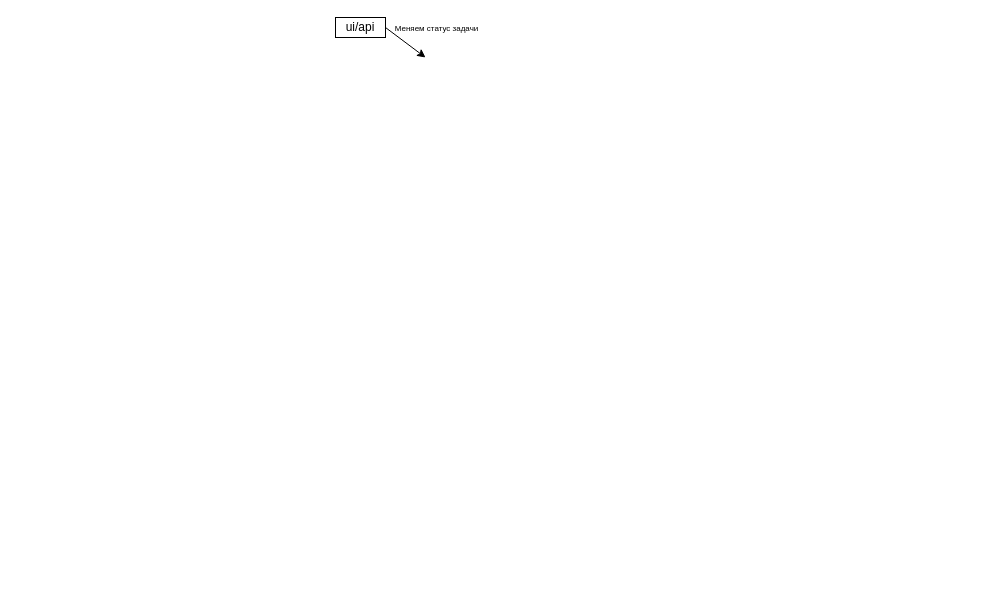
Before: data-flow.drawio in Wagonee/A2, a draw.io diagram. Source tidied: cells renumbered, new cells numbered last; positions are measured from the earlier drawing's top-left corner, leaving out a move shared by most shapes. Both pictures are drawn from the tidied source at 100%, with x=0, y=0 at pixel (335, 17).
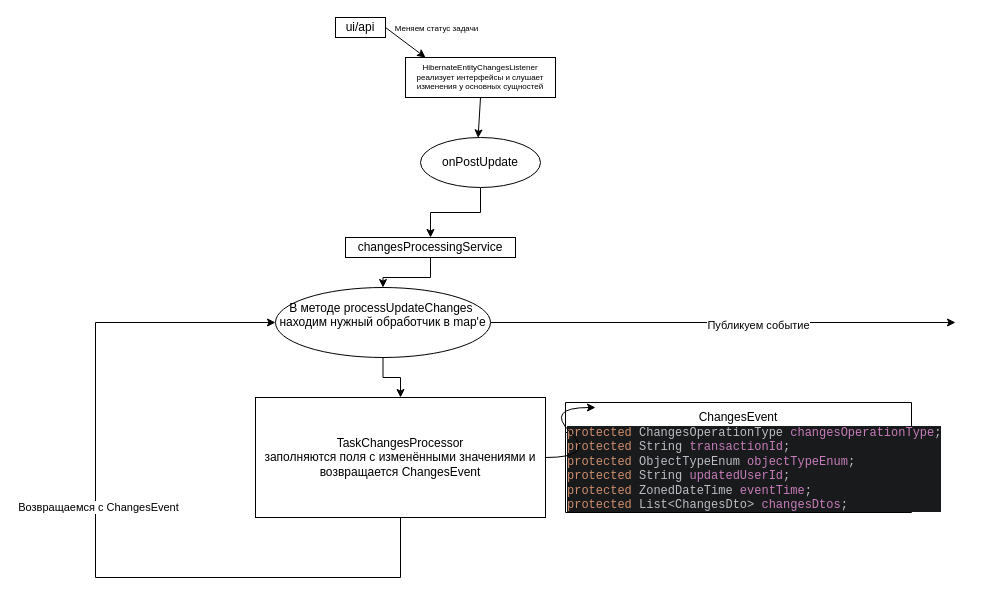
Above is the later version.

Change to the diagram source:
```diff
@@
+    <mxCell id="5" value="HibernateEntityChangesListener&lt;div&gt;реализует интерфейсы и слушает изменения у основных сущностей&lt;/div&gt;" style="rounded=0;whiteSpace=wrap;html=1;fontSize=8;" parent="1" vertex="1">
+      <mxGeometry x="70" y="40" width="150" height="40" as="geometry" />
+    </mxCell>
+    <mxCell id="6" style="endArrow=classic;html=1;rounded=0;exitX=0.5;exitY=1;exitDx=0;exitDy=0;entryX=0.48;entryY=0.007;entryDx=0;entryDy=0;entryPerimeter=0;" parent="1" edge="1" source="5" target="8">
+      <mxGeometry relative="1" as="geometry" />
+    </mxCell>
+    <mxCell id="7" style="edgeStyle=orthogonalEdgeStyle;rounded=0;jettySize=auto;html=1;entryX=0.5;entryY=0;entryDx=0;entryDy=0;" parent="1" edge="1" source="8" target="10">
+      <mxGeometry relative="1" as="geometry" />
+    </mxCell>
+    <mxCell id="8" value="onPostUpdate" style="ellipse;whiteSpace=wrap;html=1;" parent="1" vertex="1">
+      <mxGeometry x="85" y="120" width="120" height="50" as="geometry" />
+    </mxCell>
+    <mxCell id="9" style="edgeStyle=orthogonalEdgeStyle;rounded=0;jettySize=auto;html=1;" parent="1" edge="1" source="10" target="14">
+      <mxGeometry relative="1" as="geometry" />
+    </mxCell>
+    <mxCell id="10" value="changesProcessingService" style="rounded=0;whiteSpace=wrap;html=1;" parent="1" vertex="1">
+      <mxGeometry x="10" y="220" width="170" height="20" as="geometry" />
+    </mxCell>
+    <mxCell id="11" style="edgeStyle=orthogonalEdgeStyle;rounded=0;jettySize=auto;html=1;" parent="1" edge="1" source="14" target="17">
+      <mxGeometry relative="1" as="geometry" />
+    </mxCell>
+    <mxCell id="12" style="edgeStyle=orthogonalEdgeStyle;rounded=0;jettySize=auto;html=1;exitX=1;exitY=0.5;exitDx=0;exitDy=0;" parent="1" edge="1" source="14">
+      <mxGeometry relative="1" as="geometry">
+        <mxPoint x="620" y="305" as="targetPoint" />
+      </mxGeometry>
+    </mxCell>
+    <mxCell id="13" value="Публикуем событие" style="edgeLabel;html=1;align=center;verticalAlign=middle;" parent="12" vertex="1">
+      <mxGeometry x="0.15" y="-2" relative="1" as="geometry" />
+    </mxCell>
+    <mxCell id="14" value="В методе processUpdateChanges&amp;nbsp;&lt;div&gt;находим нужный обработчик в map'e&lt;/div&gt;&lt;div&gt;&lt;br&gt;&lt;/div&gt;" style="ellipse;whiteSpace=wrap;html=1;" parent="1" vertex="1">
+      <mxGeometry x="-60" y="270" width="215" height="70" as="geometry" />
+    </mxCell>
+    <mxCell id="15" style="edgeStyle=orthogonalEdgeStyle;rounded=0;jettySize=auto;html=1;exitX=0.5;exitY=1;exitDx=0;exitDy=0;entryX=0;entryY=0.5;entryDx=0;entryDy=0;" parent="1" edge="1" source="17" target="14">
+      <mxGeometry relative="1" as="geometry">
+        <Array as="points">
+          <mxPoint x="65" y="560" />
+          <mxPoint x="-240" y="560" />
+          <mxPoint x="-240" y="305" />
+        </Array>
+      </mxGeometry>
+    </mxCell>
+    <mxCell id="16" value="Возвращаемся с ChangesEvent" style="edgeLabel;html=1;align=center;verticalAlign=middle;" parent="15" vertex="1">
+      <mxGeometry x="0.09" y="-2" relative="1" as="geometry" />
+    </mxCell>
+    <mxCell id="17" value="TaskChangesProcessor&lt;div&gt;заполняются поля с изменёнными значениями и возвращается ChangesEvent&lt;/div&gt;" style="rounded=0;whiteSpace=wrap;html=1;" parent="1" vertex="1">
+      <mxGeometry x="-80" y="380" width="290" height="120" as="geometry" />
+    </mxCell>
+    <mxCell id="18" value="ChangesEvent" style="swimlane;fontStyle=0;horizontal=1;startSize=30;whiteSpace=wrap;html=1;" parent="1" vertex="1">
+      <mxGeometry x="230" y="385" width="346" height="110" as="geometry" />
+    </mxCell>
+    <mxCell id="19" value="&lt;div style=&quot;background-color:#191a1c;color:#bcbec4&quot;&gt;&lt;pre style=&quot;font-family:'JetBrains Mono',monospace;font-size:10,5pt;&quot;&gt;&lt;span style=&quot;color:#cf8e6d;&quot;&gt;protected &lt;/span&gt;ChangesOperationType &lt;span style=&quot;color:#c77dbb;&quot;&gt;changesOperationType&lt;/span&gt;;&lt;br&gt;&lt;span style=&quot;color:#cf8e6d;&quot;&gt;protected &lt;/span&gt;String &lt;span style=&quot;color:#c77dbb;&quot;&gt;transactionId&lt;/span&gt;;&lt;br&gt;&lt;span style=&quot;color:#cf8e6d;&quot;&gt;protected &lt;/span&gt;ObjectTypeEnum &lt;span style=&quot;color:#c77dbb;&quot;&gt;objectTypeEnum&lt;/span&gt;;&lt;br&gt;&lt;span style=&quot;color:#cf8e6d;&quot;&gt;protected &lt;/span&gt;String &lt;span style=&quot;color:#c77dbb;&quot;&gt;updatedUserId&lt;/span&gt;;&lt;br&gt;&lt;span style=&quot;color:#cf8e6d;&quot;&gt;protected &lt;/span&gt;ZonedDateTime &lt;span style=&quot;color:#c77dbb;&quot;&gt;eventTime&lt;/span&gt;;&lt;br&gt;&lt;span style=&quot;color:#cf8e6d;&quot;&gt;protected &lt;/span&gt;List&amp;lt;ChangesDto&amp;gt; &lt;span style=&quot;color:#c77dbb;&quot;&gt;changesDtos&lt;/span&gt;;&lt;/pre&gt;&lt;/div&gt;" style="text;whiteSpace=wrap;html=1;" parent="1" vertex="1">
+      <mxGeometry x="230" y="390" width="140" height="80" as="geometry" />
+    </mxCell>
+    <mxCell id="20" style="curved=1;endArrow=classic;html=1;rounded=0;" parent="1" edge="1">
+      <mxGeometry relative="1" as="geometry">
+        <mxPoint x="210" y="440" as="sourcePoint" />
+        <mxPoint x="260" y="390" as="targetPoint" />
+        <Array as="points">
+          <mxPoint x="260" y="440" />
+          <mxPoint x="210" y="390" />
+        </Array>
+      </mxGeometry>
+    </mxCell>
```
